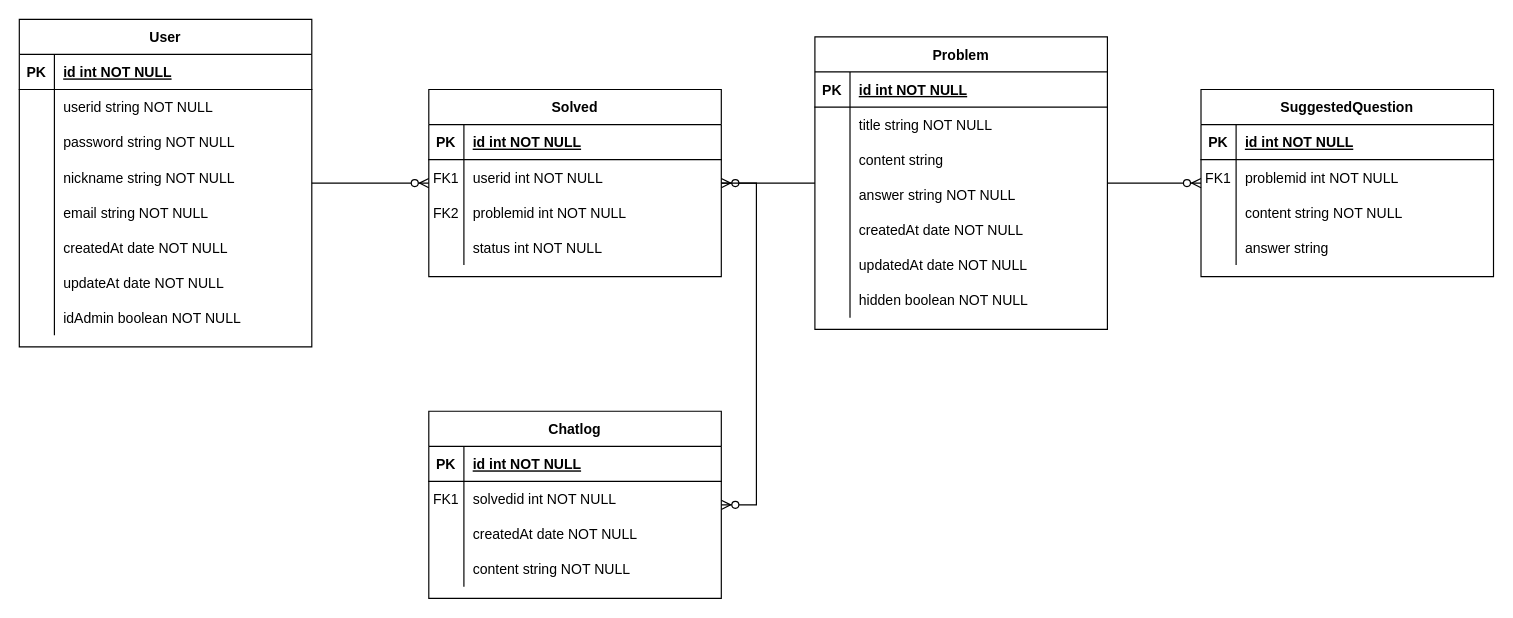
skkuse/2023spring_41class_team2 keeps this draw.io diagram as 23-1 CodeCat ERD.drawio. Above is the earlier version. Source tidied: cells renumbered, new cells numbered last; positions are measured from the earlier drawing's top-left corner, leaving out a move shared by most shapes. Both pictures are drawn from the tidied source at 117%, with x=0, y=0 at pixel (19, 19).
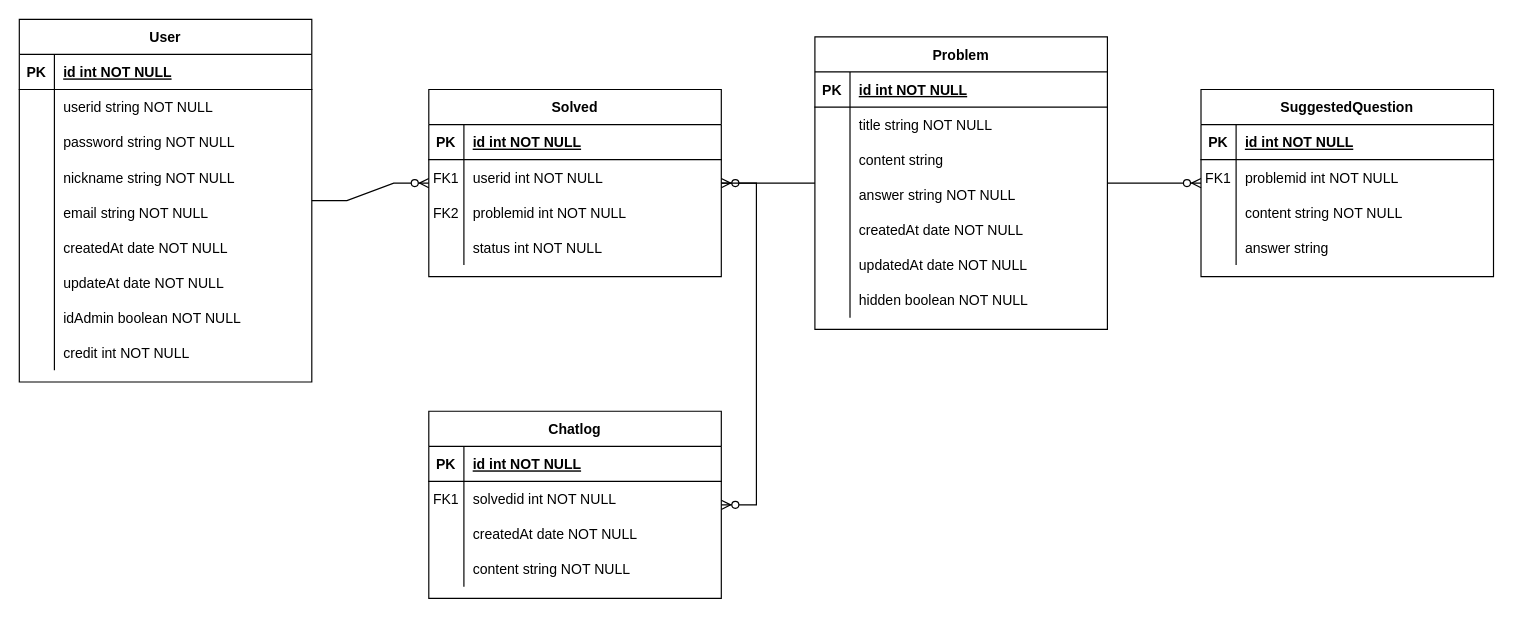
After the change.

What changed in the source:
```diff
@@
     <mxCell id="37" value="User" style="shape=table;startSize=30;childLayout=tableLayout;rowLines=0;fontStyle=1;align=center;" parent="1" vertex="1">
-      <mxGeometry width="250" height="280" as="geometry" />
+      <mxGeometry width="250" height="310" as="geometry" />
     </mxCell>
@@
+    <mxCell id="92" style="shape=partialRectangle;fillColor=none;top=0;left=0;right=0;bottom=0;" parent="37" vertex="1">
+      <mxGeometry y="270" width="250" height="30" as="geometry" />
+    </mxCell>
+    <mxCell id="93" style="shape=partialRectangle;overflow=hidden;fillColor=none;top=0;left=0;bottom=0;right=0;" parent="92" vertex="1">
+      <mxGeometry width="30" height="30" as="geometry" />
+    </mxCell>
+    <mxCell id="94" value="credit int NOT NULL" style="shape=partialRectangle;overflow=hidden;fillColor=none;top=0;left=0;bottom=0;right=0;align=left;spacingLeft=6;" parent="92" vertex="1">
+      <mxGeometry x="30" width="220" height="30" as="geometry" />
+    </mxCell>
```
